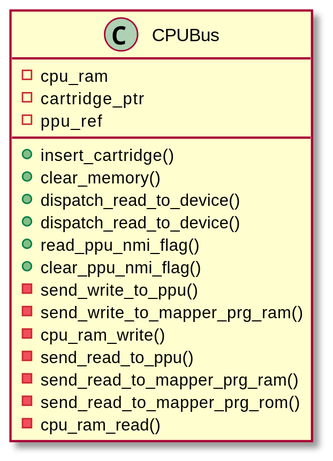
This is doc/cpu_bus/cpu_bus.svg from Enigma717/yume-nes, a PlantUML export, as it was before one commit.
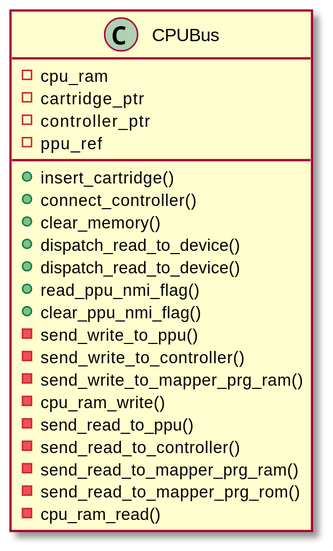
The same file after the commit.

Commit message:
Update CPUBus diagram

Diff of the diagram source:
```diff
@@ -5,18 +5,22 @@
 class CPUBus {
 - cpu_ram
 - cartridge_ptr
+- controller_ptr
 - ppu_ref
 
 + insert_cartridge()
++ connect_controller()
 + clear_memory()
 + dispatch_read_to_device()
 + dispatch_read_to_device()
 + read_ppu_nmi_flag()
 + clear_ppu_nmi_flag()
 - send_write_to_ppu()
+- send_write_to_controller()
 - send_write_to_mapper_prg_ram()
 - cpu_ram_write()
 - send_read_to_ppu()
+- send_read_to_controller()
 - send_read_to_mapper_prg_ram()
 - send_read_to_mapper_prg_rom()
 - cpu_ram_read()
```
